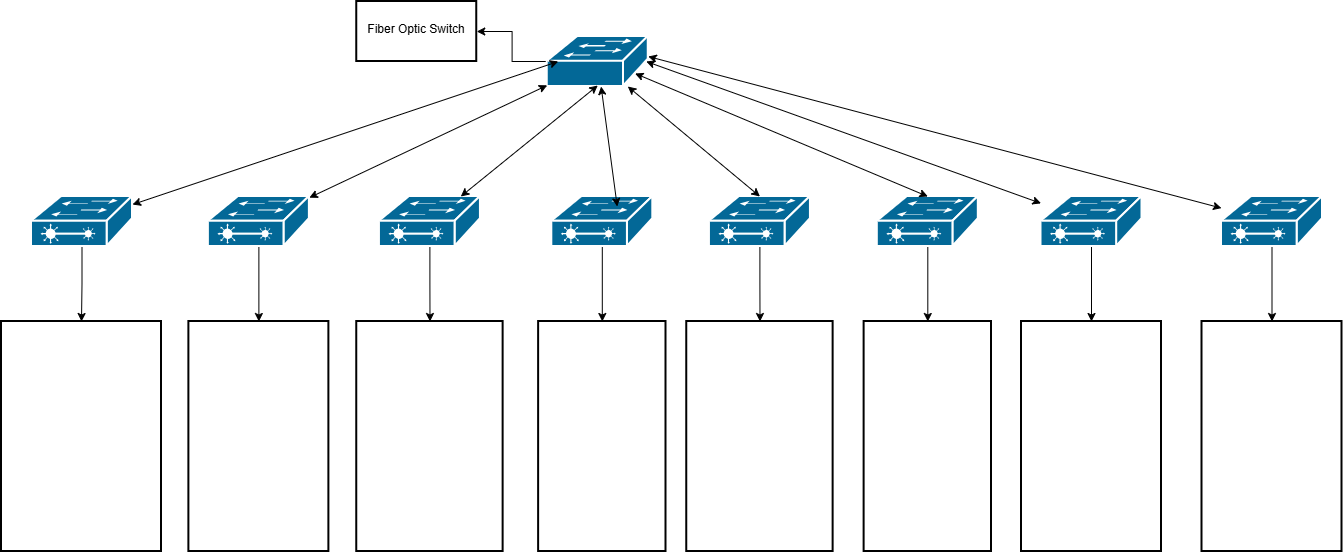
This is Untitled Diagram.drawio.png from hrezapour21-blip/hasanafa, a draw.io export, as it was before one commit. Source tidied: cells renumbered, new cells last; positions are measured from the earlier drawing's top-left corner, leaving out a move shared by most shapes.
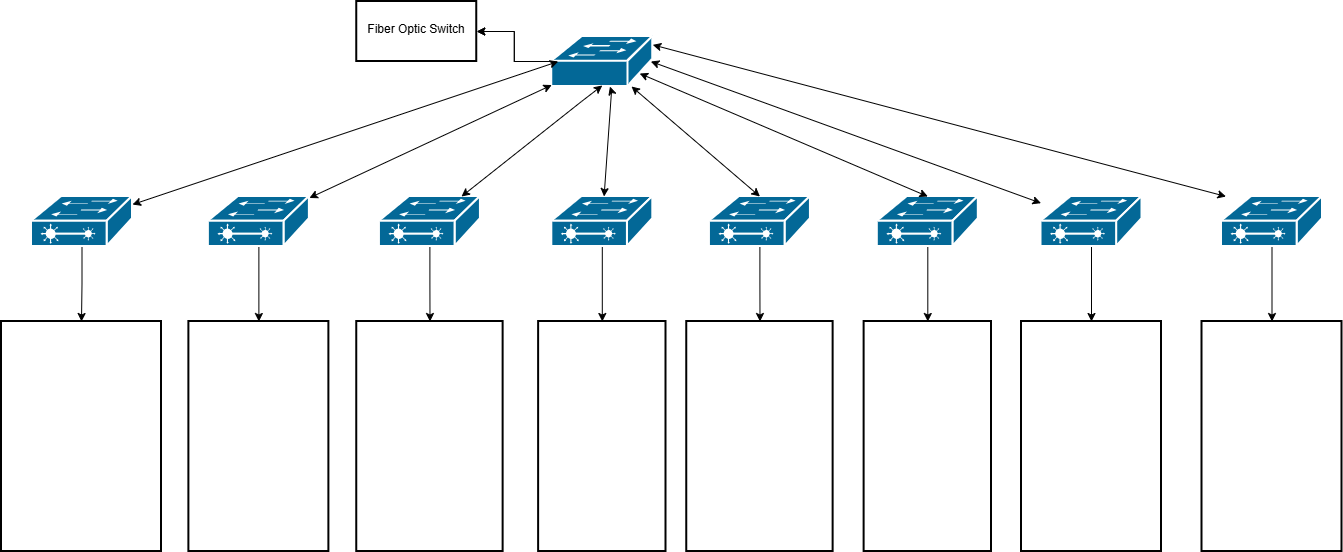
The same diagram one commit later.

Change to the diagram source:
```diff
@@ -5,13 +5,16 @@
     <mxCell id="2" style="edgeStyle=orthogonalEdgeStyle;rounded=0;jettySize=auto;html=1;" parent="1" edge="1" source="3" target="31">
       <mxGeometry relative="1" as="geometry" />
     </mxCell>
+    <mxCell id="37" style="edgeStyle=orthogonalEdgeStyle;rounded=0;jettySize=auto;html=1;" parent="1" edge="1" source="3" target="31">
+      <mxGeometry relative="1" as="geometry" />
+    </mxCell>
     <mxCell id="3" style="strokeColor=#ffffff;sketch=0;html=1;dashed=0;fillColor=#036897;strokeWidth=2;verticalLabelPosition=bottom;verticalAlign=top;align=center;outlineConnect=0;shape=mxgraph.cisco.switches.workgroup_switch;" parent="1" vertex="1">
-      <mxGeometry x="545.8" y="35" width="101" height="50" as="geometry" />
+      <mxGeometry x="550.3" y="35" width="101" height="50" as="geometry" />
     </mxCell>
     <mxCell id="4" style="edgeStyle=orthogonalEdgeStyle;rounded=0;jettySize=auto;html=1;" parent="1" edge="1" source="5" target="24">
       <mxGeometry relative="1" as="geometry" />
     </mxCell>
-    <mxCell id="5" style="strokeColor=#ffffff;sketch=0;html=1;dashed=0;fillColor=#036897;strokeWidth=2;verticalLabelPosition=bottom;verticalAlign=top;align=center;outlineConnect=0;shape=mxgraph.cisco.switches.layer_2_remote_switch;" parent="1" vertex="1">
+    <mxCell id="5" style="strokeColor=#ffffff;sketch=0;html=1;dashed=0;fillColor=#036897;strokeWidth=2;verticalLabelPosition=bottom;verticalAlign=top;align=center;outlineConnect=0;shape=mxgraph.cisco.switches.layer_2_remote_switch;points=[[0.5,0,0,0,0],[0.5,1,0,0,0],[0,0.5,0,0,0],[1,0.5,0,0,0],[0,0,0,0,0],[0,1,0,0,0],[1,0,0,0,0],[1,1,0,0,0],[0.594059,0.5,0,0,0]];" parent="1" vertex="1">
       <mxGeometry x="30" y="195" width="101" height="50" as="geometry" />
     </mxCell>
     <mxCell id="6" style="edgeStyle=orthogonalEdgeStyle;rounded=0;jettySize=auto;html=1;" parent="1" edge="1" source="7" target="25">
@@ -29,7 +32,7 @@
     <mxCell id="10" style="edgeStyle=orthogonalEdgeStyle;rounded=0;jettySize=auto;html=1;" parent="1" edge="1" source="11" target="27">
       <mxGeometry relative="1" as="geometry" />
     </mxCell>
-    <mxCell id="11" style="strokeColor=#ffffff;sketch=0;html=1;dashed=0;fillColor=#036897;strokeWidth=2;verticalLabelPosition=bottom;verticalAlign=top;align=center;outlineConnect=0;shape=mxgraph.cisco.switches.layer_2_remote_switch;" parent="1" vertex="1">
+    <mxCell id="11" style="strokeColor=#ffffff;sketch=0;html=1;dashed=0;fillColor=#036897;strokeWidth=2;verticalLabelPosition=bottom;verticalAlign=top;align=center;outlineConnect=0;shape=mxgraph.cisco.switches.layer_2_remote_switch;fontSize=11;" parent="1" vertex="1">
       <mxGeometry x="550.3" y="195" width="101" height="50" as="geometry" />
     </mxCell>
     <mxCell id="12" style="edgeStyle=orthogonalEdgeStyle;rounded=0;jettySize=auto;html=1;" parent="1" edge="1" source="13" target="28">
@@ -59,7 +62,11 @@
       <mxGeometry relative="1" as="geometry" />
     </mxCell>
     <mxCell id="20" style="endArrow=classic;startArrow=classic;html=1;rounded=0;entryX=0.5;entryY=0.98;entryDx=0;entryDy=0;entryPerimeter=0;" parent="1" edge="1" source="9" target="3">
-      <mxGeometry relative="1" as="geometry" />
+      <mxGeometry relative="1" as="geometry">
+        <Array as="points">
+          <mxPoint x="580" y="100" />
+        </Array>
+      </mxGeometry>
     </mxCell>
     <mxCell id="21" style="endArrow=classic;startArrow=classic;html=1;rounded=0;exitX=0.5;exitY=0;exitDx=0;exitDy=0;exitPerimeter=0;" parent="1" edge="1" source="13" target="3">
       <mxGeometry relative="1" as="geometry" />
@@ -67,11 +74,6 @@
     <mxCell id="22" style="endArrow=classic;startArrow=classic;html=1;rounded=0;entryX=0.5;entryY=0;entryDx=0;entryDy=0;entryPerimeter=0;exitX=0.87;exitY=0.74;exitDx=0;exitDy=0;exitPerimeter=0;" parent="1" edge="1" source="3" target="15">
       <mxGeometry relative="1" as="geometry" />
     </mxCell>
-    <mxCell id="23" style="endArrow=classic;startArrow=classic;html=1;rounded=0;" parent="1" edge="1" target="3">
-      <mxGeometry relative="1" as="geometry">
-        <mxPoint x="615.8" y="205" as="sourcePoint" />
-      </mxGeometry>
-    </mxCell>
     <mxCell id="24" style="whiteSpace=wrap;html=1;verticalAlign=top;sketch=0;dashed=0;strokeWidth=2;" parent="1" vertex="1">
       <mxGeometry y="320" width="160" height="230" as="geometry" />
     </mxCell>
@@ -102,9 +104,10 @@
     <mxCell id="33" style="strokeColor=#ffffff;sketch=0;html=1;dashed=0;fillColor=#036897;strokeWidth=2;verticalLabelPosition=bottom;verticalAlign=top;align=center;outlineConnect=0;shape=mxgraph.cisco.switches.layer_2_remote_switch;" parent="1" vertex="1">
       <mxGeometry x="1220" y="195" width="101" height="50" as="geometry" />
     </mxCell>
-    <mxCell id="34" style="endArrow=classic;startArrow=classic;html=1;rounded=0;" parent="1" edge="1" target="33">
+    <mxCell id="34" style="endArrow=classic;startArrow=classic;html=1;rounded=0;" parent="1" edge="1">
       <mxGeometry relative="1" as="geometry">
-        <mxPoint x="646.8" y="55" as="sourcePoint" />
+        <mxPoint x="651.3" y="43.4" as="sourcePoint" />
+        <mxPoint x="1224.6" y="195" as="targetPoint" />
       </mxGeometry>
     </mxCell>
     <mxCell id="35" style="whiteSpace=wrap;html=1;verticalAlign=top;sketch=0;dashed=0;strokeWidth=2;" parent="1" vertex="1">
@@ -113,5 +116,12 @@
     <mxCell id="36" style="endArrow=classic;startArrow=classic;html=1;rounded=0;exitX=0.98;exitY=0.5;exitDx=0;exitDy=0;exitPerimeter=0;" parent="1" edge="1" source="3" target="17">
       <mxGeometry relative="1" as="geometry" />
     </mxCell>
+    <mxCell id="38" style="endArrow=classic;startArrow=classic;html=1;rounded=0;" parent="1" edge="1" source="11" target="3">
+      <mxGeometry relative="1" as="geometry">
+        <Array as="points">
+          <mxPoint x="610" y="90" />
+        </Array>
+      </mxGeometry>
+    </mxCell>
   </root>
 </mxGraphModel>
```
